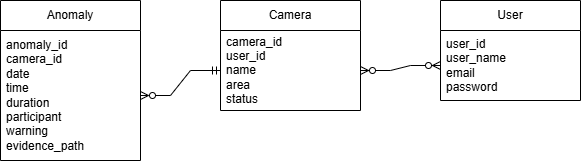
LongNgd/COS40006-G1B keeps this draw.io diagram as backend/ER-Diagram.png. Above is the earlier version. Source tidied: cells renumbered, new cells last; positions are measured from the earlier drawing's top-left corner, leaving out a move shared by most shapes.
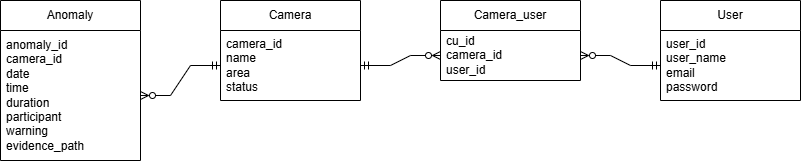
The same file after the commit.

Commit message:
Add getCameraByUserId API and new ER-Diagram

Diff of the diagram source:
```diff
@@ -9,22 +9,31 @@
       <mxGeometry y="30" width="140" height="130" as="geometry" />
     </mxCell>
     <mxCell id="4" value="Camera" style="swimlane;fontStyle=0;horizontal=1;startSize=30;whiteSpace=wrap;html=1;" parent="1" vertex="1">
-      <mxGeometry x="220" width="140" height="110" as="geometry" />
+      <mxGeometry x="220" width="140" height="100" as="geometry" />
     </mxCell>
-    <mxCell id="5" value="camera_id&lt;div&gt;user_id&lt;/div&gt;&lt;div&gt;name&lt;/div&gt;&lt;div&gt;area&lt;/div&gt;&lt;div&gt;status&lt;/div&gt;" style="text;strokeColor=none;fillColor=none;align=left;verticalAlign=middle;spacingLeft=4;spacingRight=4;overflow=hidden;points=[[0,0.5],[1,0.5]];portConstraint=eastwest;whiteSpace=wrap;html=1;" parent="4" vertex="1">
-      <mxGeometry y="30" width="140" height="80" as="geometry" />
+    <mxCell id="5" value="camera_id&lt;div&gt;name&lt;/div&gt;&lt;div&gt;area&lt;/div&gt;&lt;div&gt;status&lt;/div&gt;" style="text;strokeColor=none;fillColor=none;align=left;verticalAlign=middle;spacingLeft=4;spacingRight=4;overflow=hidden;points=[[0,0.5],[1,0.5]];portConstraint=eastwest;whiteSpace=wrap;html=1;" parent="4" vertex="1">
+      <mxGeometry y="30" width="140" height="70" as="geometry" />
     </mxCell>
     <mxCell id="6" value="User" style="swimlane;fontStyle=0;horizontal=1;startSize=30;whiteSpace=wrap;html=1;" parent="1" vertex="1">
-      <mxGeometry x="440" width="140" height="100" as="geometry" />
+      <mxGeometry x="660" width="140" height="100" as="geometry" />
     </mxCell>
     <mxCell id="7" value="user_id&lt;div&gt;user_name&lt;/div&gt;&lt;div&gt;email&lt;/div&gt;&lt;div&gt;password&lt;/div&gt;" style="text;strokeColor=none;fillColor=none;align=left;verticalAlign=middle;spacingLeft=4;spacingRight=4;overflow=hidden;points=[[0,0.5],[1,0.5]];portConstraint=eastwest;whiteSpace=wrap;html=1;" parent="6" vertex="1">
       <mxGeometry y="30" width="140" height="70" as="geometry" />
     </mxCell>
-    <mxCell id="8" style="edgeStyle=entityRelationEdgeStyle;fontSize=12;html=1;endArrow=ERzeroToMany;endFill=1;startArrow=ERzeroToMany;rounded=0;entryX=0;entryY=0.5;entryDx=0;entryDy=0;exitX=1;exitY=0.5;exitDx=0;exitDy=0;" parent="1" edge="1" source="5" target="7">
-      <mxGeometry relative="1" as="geometry" />
-    </mxCell>
     <mxCell id="9" style="edgeStyle=entityRelationEdgeStyle;fontSize=12;html=1;endArrow=ERzeroToMany;startArrow=ERmandOne;rounded=0;entryX=1;entryY=0.5;entryDx=0;entryDy=0;exitX=0;exitY=0.5;exitDx=0;exitDy=0;startFill=0;endFill=0;" parent="1" edge="1" source="5" target="3">
       <mxGeometry relative="1" as="geometry" />
     </mxCell>
+    <mxCell id="10" value="Camera_user" style="swimlane;fontStyle=0;horizontal=1;startSize=30;whiteSpace=wrap;html=1;" parent="1" vertex="1">
+      <mxGeometry x="440" width="140" height="80" as="geometry" />
+    </mxCell>
+    <mxCell id="11" value="&lt;div&gt;cu_id&lt;/div&gt;camera_id&lt;div&gt;user_id&lt;/div&gt;" style="text;strokeColor=none;fillColor=none;align=left;verticalAlign=middle;spacingLeft=4;spacingRight=4;overflow=hidden;points=[[0,0.5],[1,0.5]];portConstraint=eastwest;whiteSpace=wrap;html=1;" parent="10" vertex="1">
+      <mxGeometry y="30" width="140" height="50" as="geometry" />
+    </mxCell>
+    <mxCell id="12" style="edgeStyle=entityRelationEdgeStyle;fontSize=12;html=1;endArrow=ERzeroToMany;startArrow=ERmandOne;rounded=0;entryX=0;entryY=0.5;entryDx=0;entryDy=0;exitX=1;exitY=0.5;exitDx=0;exitDy=0;startFill=0;endFill=0;" parent="1" edge="1" source="5" target="11">
+      <mxGeometry relative="1" as="geometry" />
+    </mxCell>
+    <mxCell id="13" style="edgeStyle=entityRelationEdgeStyle;fontSize=12;html=1;endArrow=ERzeroToMany;startArrow=ERmandOne;rounded=0;entryX=1;entryY=0.5;entryDx=0;entryDy=0;exitX=0;exitY=0.5;exitDx=0;exitDy=0;startFill=0;endFill=0;" parent="1" edge="1" source="7" target="11">
+      <mxGeometry relative="1" as="geometry" />
+    </mxCell>
   </root>
 </mxGraphModel>
```
